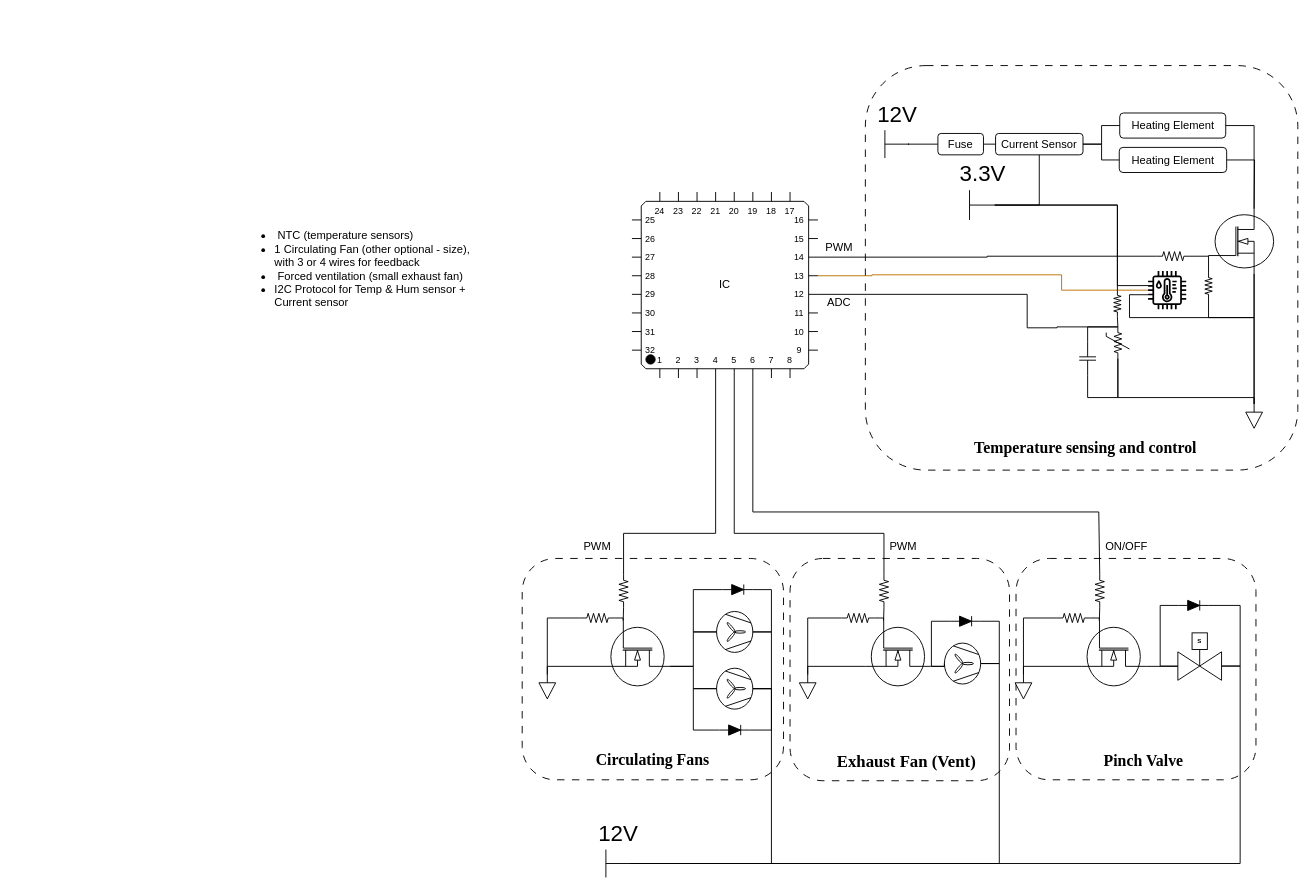
Before: docs/Temp & humidity control.drawio in musyani-io/solar-powered-incubator, a draw.io diagram. Source tidied: cells renumbered, new cells numbered last; positions are measured from the earlier drawing's top-left corner, leaving out a move shared by most shapes. Both pictures are drawn from the tidied source at 93%, with x=0, y=0 at pixel (235, 65).
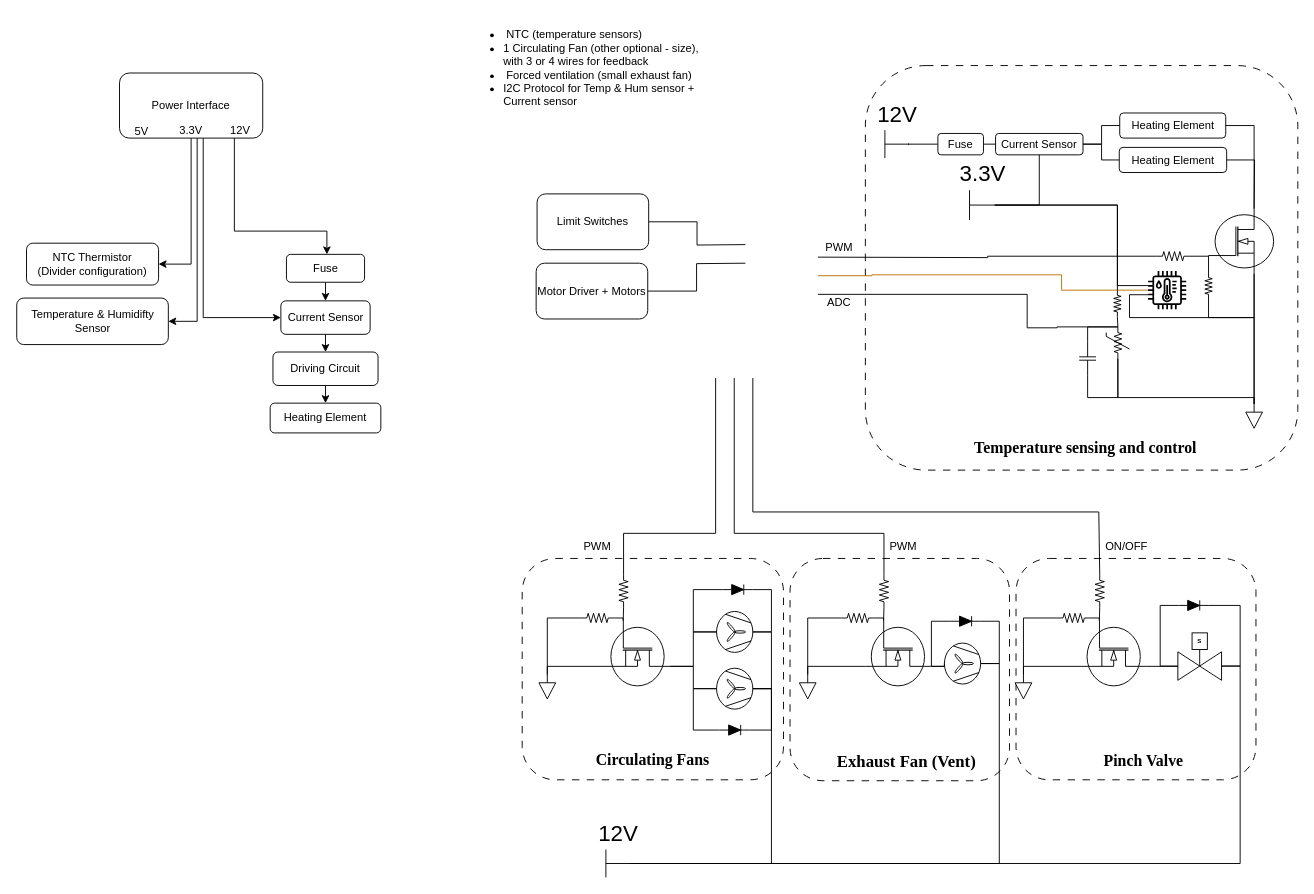
After the change.

Commit message (it also covers changes not shown here):
fix: started replacing detailed with block diagram

Unchanged cells that the change refers to:
```xml
<mxCell id="8" style="verticalLabelPosition=bottom;shadow=0;dashed=0;align=center;html=1;verticalAlign=top;shape=mxgraph.electrical.resistors.resistor_2;strokeColor=light-dark(#000000,#FFFFFF);" parent="1" vertex="1">
  <mxGeometry x="990" y="200" width="36" height="10" as="geometry" />
</mxCell>
<mxCell id="17" style="sketch=0;outlineConnect=0;fontColor=#FFFFFF;gradientColor=none;fillColor=#000000;strokeColor=light-dark(#000000,#FFFFFF);dashed=0;verticalLabelPosition=bottom;verticalAlign=top;align=center;html=1;fontSize=12;fontStyle=0;shape=mxgraph.aws4.iot_thing_temperature_humidity_sensor;points=[[0,0.38,0,0,0],[0,0.5,0,0,0],[0,0.62,0,0,0]];" parent="1" vertex="1">
  <mxGeometry x="981" y="221" width="41" height="41" as="geometry" />
</mxCell>
<mxCell id="20" style="verticalLabelPosition=bottom;shadow=0;dashed=0;align=center;html=1;verticalAlign=top;shape=mxgraph.electrical.resistors.nonlinear_resistor;direction=south;strokeColor=light-dark(#000000,#FFFFFF);" parent="1" vertex="1">
  <mxGeometry x="936" y="281" width="25" height="34" as="geometry" />
</mxCell>
<mxCell id="45" style="verticalLabelPosition=bottom;shadow=0;dashed=0;align=center;html=1;verticalAlign=top;shape=mxgraph.electrical.resistors.resistor_2;strokeColor=light-dark(#000000,#FFFFFF);direction=south;" parent="1" vertex="1">
  <mxGeometry x="412" y="547" width="10" height="36" as="geometry" />
</mxCell>
<mxCell id="57" style="verticalLabelPosition=bottom;shadow=0;dashed=0;align=center;html=1;verticalAlign=top;shape=mxgraph.electrical.resistors.resistor_2;strokeColor=light-dark(#000000,#FFFFFF);direction=south;" parent="1" vertex="1">
  <mxGeometry x="692" y="547" width="10" height="36" as="geometry" />
</mxCell>
<mxCell id="67" style="verticalLabelPosition=bottom;shadow=0;dashed=0;align=center;html=1;verticalAlign=top;shape=mxgraph.electrical.resistors.resistor_2;strokeColor=light-dark(#000000,#FFFFFF);direction=south;" parent="1" vertex="1">
  <mxGeometry x="924" y="547" width="10" height="36" as="geometry" />
</mxCell>
```

What changed in the source:
```diff
@@
-    <mxCell id="6" style="edgeStyle=orthogonalEdgeStyle;rounded=0;jettySize=auto;html=1;endArrow=none;endFill=0;entryX=0;entryY=0.5;entryDx=0;entryDy=0;entryPerimeter=0;strokeColor=light-dark(#000000,#FFFFFF);exitX=1;exitY=0;exitDx=0;exitDy=110;exitPerimeter=0;" parent="1" edge="1" source="7" target="20">
+    <mxCell id="6" style="edgeStyle=orthogonalEdgeStyle;rounded=0;jettySize=auto;html=1;endArrow=none;endFill=0;entryX=0;entryY=0.5;entryDx=0;entryDy=0;entryPerimeter=0;strokeColor=light-dark(#000000,#FFFFFF);exitX=1;exitY=0;exitDx=0;exitDy=110;exitPerimeter=0;" parent="1" edge="1" target="20">
       <mxGeometry relative="1" as="geometry">
+        <mxPoint x="626" y="246" as="sourcePoint" />
         <Array as="points">
           <mxPoint x="851" y="246" />
           <mxPoint x="851" y="282" />
           <mxPoint x="883" y="282" />
         </Array>
       </mxGeometry>
     </mxCell>
-    <mxCell id="7" value="IC" style="shadow=0;dashed=0;align=center;html=1;strokeWidth=1;shape=mxgraph.electrical.logic_gates.qfp_ic;whiteSpace=wrap;labelNames=a,b,c,d,e,f,g,h,i,j,k,l,m,n,o,p,q,r,s,t,u,v,w,x,y,z,a1,b1,c1,d1,e1,f1,g1,h1,i1,j1,k1,l1,m1,n1;strokeColor=light-dark(#000000,#FFFFFF);" parent="1" vertex="1">
-      <mxGeometry x="426" y="136" width="200" height="200" as="geometry" />
-    </mxCell>
@@
-    <mxCell id="13" style="edgeStyle=orthogonalEdgeStyle;rounded=0;jettySize=auto;html=1;entryX=0;entryY=0.5;entryDx=0;entryDy=0;entryPerimeter=0;endArrow=none;endFill=0;strokeColor=light-dark(#000000,#FFFFFF);exitX=1;exitY=0;exitDx=0;exitDy=70;exitPerimeter=0;" parent="1" edge="1" source="7" target="8">
-      <mxGeometry relative="1" as="geometry" />
+    <mxCell id="13" style="edgeStyle=orthogonalEdgeStyle;rounded=0;jettySize=auto;html=1;entryX=0;entryY=0.5;entryDx=0;entryDy=0;entryPerimeter=0;endArrow=none;endFill=0;strokeColor=light-dark(#000000,#FFFFFF);exitX=1;exitY=0;exitDx=0;exitDy=70;exitPerimeter=0;" parent="1" edge="1" target="8">
+      <mxGeometry relative="1" as="geometry">
+        <mxPoint x="626" y="206" as="sourcePoint" />
+      </mxGeometry>
     </mxCell>
@@
-    <mxCell id="18" style="edgeStyle=orthogonalEdgeStyle;rounded=0;jettySize=auto;html=1;entryX=0;entryY=0.5;entryDx=0;entryDy=0;entryPerimeter=0;endArrow=none;endFill=0;strokeColor=#BD7000;exitX=1;exitY=0;exitDx=0;exitDy=90;exitPerimeter=0;fontColor=light-dark(#000000,#FFFFFF);fillColor=#f0a30a;" parent="1" edge="1" source="7" target="17">
+    <mxCell id="18" style="edgeStyle=orthogonalEdgeStyle;rounded=0;jettySize=auto;html=1;entryX=0;entryY=0.5;entryDx=0;entryDy=0;entryPerimeter=0;endArrow=none;endFill=0;strokeColor=#BD7000;exitX=1;exitY=0;exitDx=0;exitDy=90;exitPerimeter=0;fontColor=light-dark(#000000,#FFFFFF);fillColor=#f0a30a;" parent="1" edge="1" target="17">
       <mxGeometry relative="1" as="geometry">
+        <mxPoint x="626" y="226" as="sourcePoint" />
         <Array as="points">
           <mxPoint x="684" y="226" />
           <mxPoint x="888" y="225" />
           <mxPoint x="888" y="241" />
         </Array>
       </mxGeometry>
     </mxCell>
@@
-    <mxCell id="49" style="edgeStyle=orthogonalEdgeStyle;rounded=0;jettySize=auto;html=1;exitX=0;exitY=0.5;exitDx=0;exitDy=0;exitPerimeter=0;entryX=0;entryY=1;entryDx=90;entryDy=0;entryPerimeter=0;endArrow=none;endFill=0;" parent="1" edge="1" source="45" target="7">
+    <mxCell id="49" style="edgeStyle=orthogonalEdgeStyle;rounded=0;jettySize=auto;html=1;exitX=0;exitY=0.5;exitDx=0;exitDy=0;exitPerimeter=0;entryX=0;entryY=1;entryDx=90;entryDy=0;entryPerimeter=0;endArrow=none;endFill=0;" parent="1" edge="1" source="45">
       <mxGeometry relative="1" as="geometry">
+        <mxPoint x="516" y="336" as="targetPoint" />
         <Array as="points">
           <mxPoint x="417" y="503" />
           <mxPoint x="516" y="503" />
         </Array>
       </mxGeometry>
     </mxCell>
@@
-    <mxCell id="65" style="edgeStyle=orthogonalEdgeStyle;rounded=0;jettySize=auto;html=1;exitX=0;exitY=1;exitDx=110;exitDy=0;exitPerimeter=0;entryX=0;entryY=0.5;entryDx=0;entryDy=0;entryPerimeter=0;endArrow=none;endFill=0;" parent="1" edge="1" source="7" target="57">
+    <mxCell id="65" style="edgeStyle=orthogonalEdgeStyle;rounded=0;jettySize=auto;html=1;exitX=0;exitY=1;exitDx=110;exitDy=0;exitPerimeter=0;entryX=0;entryY=0.5;entryDx=0;entryDy=0;entryPerimeter=0;endArrow=none;endFill=0;" parent="1" edge="1" target="57">
       <mxGeometry relative="1" as="geometry">
+        <mxPoint x="536" y="336" as="sourcePoint" />
         <Array as="points">
           <mxPoint x="536" y="503" />
           <mxPoint x="697" y="503" />
         </Array>
       </mxGeometry>
     </mxCell>
@@
-    <mxCell id="74" style="edgeStyle=orthogonalEdgeStyle;rounded=0;jettySize=auto;html=1;exitX=0;exitY=1;exitDx=130;exitDy=0;exitPerimeter=0;entryX=0;entryY=0.5;entryDx=0;entryDy=0;entryPerimeter=0;endArrow=none;endFill=0;" parent="1" edge="1" source="7" target="67">
+    <mxCell id="74" style="edgeStyle=orthogonalEdgeStyle;rounded=0;jettySize=auto;html=1;exitX=0;exitY=1;exitDx=130;exitDy=0;exitPerimeter=0;entryX=0;entryY=0.5;entryDx=0;entryDy=0;entryPerimeter=0;endArrow=none;endFill=0;" parent="1" edge="1" target="67">
       <mxGeometry relative="1" as="geometry">
+        <mxPoint x="556" y="336" as="sourcePoint" />
         <Array as="points">
           <mxPoint x="556" y="480" />
           <mxPoint x="928" y="480" />
         </Array>
       </mxGeometry>
     </mxCell>
@@
     <mxCell id="103" value="&lt;ul&gt;&lt;li&gt;&amp;nbsp;NTC (temperature sensors)&lt;/li&gt;&lt;li&gt;1 Circulating Fan (other optional - size), with 3 or 4 wires for feedback&lt;/li&gt;&lt;li&gt;&amp;nbsp;Forced ventilation (small exhaust fan)&lt;/li&gt;&lt;li&gt;I2C Protocol for Temp &amp;amp; Hum sensor + Current sensor&lt;/li&gt;&lt;/ul&gt;" style="text;html=1;whiteSpace=wrap;strokeColor=none;fillColor=none;align=left;verticalAlign=middle;rounded=0;labelPosition=center;verticalLabelPosition=middle;" parent="1" vertex="1">
-      <mxGeometry y="163" width="265" height="111" as="geometry" />
+      <mxGeometry x="246" y="-53" width="265" height="111" as="geometry" />
     </mxCell>
+    <mxCell id="104" value="Limit Switches" style="rounded=1;whiteSpace=wrap;html=1;" parent="1" vertex="1">
+      <mxGeometry x="324" y="138" width="120" height="60" as="geometry" />
+    </mxCell>
+    <mxCell id="105" style="edgeStyle=orthogonalEdgeStyle;rounded=0;jettySize=auto;html=1;exitX=1;exitY=0.5;exitDx=0;exitDy=0;entryX=0;entryY=0;entryDx=0;entryDy=130;entryPerimeter=0;endArrow=none;endFill=0;" parent="1" edge="1" source="104">
+      <mxGeometry relative="1" as="geometry">
+        <mxPoint x="548" y="192.5" as="targetPoint" />
+      </mxGeometry>
+    </mxCell>
+    <mxCell id="106" value="Motor Driver + Motors" style="rounded=1;whiteSpace=wrap;html=1;" parent="1" vertex="1">
+      <mxGeometry x="323" y="212.5" width="120" height="60" as="geometry" />
+    </mxCell>
+    <mxCell id="107" style="edgeStyle=orthogonalEdgeStyle;rounded=0;jettySize=auto;html=1;exitX=1;exitY=0.5;exitDx=0;exitDy=0;entryX=0;entryY=0;entryDx=0;entryDy=150;entryPerimeter=0;endArrow=none;endFill=0;" parent="1" edge="1" source="106">
+      <mxGeometry relative="1" as="geometry">
+        <mxPoint x="548" y="212.5" as="targetPoint" />
+      </mxGeometry>
+    </mxCell>
+    <mxCell id="108" value="Power Interface" style="rounded=1;whiteSpace=wrap;html=1;" parent="1" vertex="1">
+      <mxGeometry x="-125" y="8" width="154" height="70" as="geometry" />
+    </mxCell>
+    <mxCell id="109" style="edgeStyle=orthogonalEdgeStyle;rounded=0;jettySize=auto;html=1;exitX=0.5;exitY=1;exitDx=0;exitDy=0;entryX=0.5;entryY=0;entryDx=0;entryDy=0;" parent="1" edge="1" source="110" target="112">
+      <mxGeometry relative="1" as="geometry" />
+    </mxCell>
+    <mxCell id="110" value="Fuse" style="rounded=1;whiteSpace=wrap;html=1;" parent="1" vertex="1">
+      <mxGeometry x="54.5" y="203" width="84" height="30" as="geometry" />
+    </mxCell>
+    <mxCell id="111" style="edgeStyle=orthogonalEdgeStyle;rounded=0;jettySize=auto;html=1;exitX=0.5;exitY=1;exitDx=0;exitDy=0;entryX=0.5;entryY=0;entryDx=0;entryDy=0;" parent="1" edge="1" source="112" target="117">
+      <mxGeometry relative="1" as="geometry" />
+    </mxCell>
+    <mxCell id="112" value="Current Sensor" style="rounded=1;whiteSpace=wrap;html=1;" parent="1" vertex="1">
+      <mxGeometry x="48.5" y="253" width="96" height="36" as="geometry" />
+    </mxCell>
+    <mxCell id="113" value="Heating Element" style="rounded=1;whiteSpace=wrap;html=1;" parent="1" vertex="1">
+      <mxGeometry x="37" y="363" width="119" height="32" as="geometry" />
+    </mxCell>
+    <mxCell id="114" value="Temperature &amp;amp; Humidifty Sensor" style="rounded=1;whiteSpace=wrap;html=1;" parent="1" vertex="1">
+      <mxGeometry x="-235.5" y="250" width="163" height="50" as="geometry" />
+    </mxCell>
+    <mxCell id="115" value="NTC Thermistor&lt;div&gt;(Divider configuration)&lt;/div&gt;" style="rounded=1;whiteSpace=wrap;html=1;" parent="1" vertex="1">
+      <mxGeometry x="-225" y="191" width="142" height="45" as="geometry" />
+    </mxCell>
+    <mxCell id="116" style="edgeStyle=orthogonalEdgeStyle;rounded=0;jettySize=auto;html=1;exitX=0.5;exitY=1;exitDx=0;exitDy=0;entryX=0.5;entryY=0;entryDx=0;entryDy=0;" parent="1" edge="1" source="117" target="113">
+      <mxGeometry relative="1" as="geometry" />
+    </mxCell>
+    <mxCell id="117" value="Driving Circuit" style="rounded=1;whiteSpace=wrap;html=1;" parent="1" vertex="1">
+      <mxGeometry x="40" y="308" width="113" height="36" as="geometry" />
+    </mxCell>
+    <mxCell id="118" value="5V" style="text;html=1;whiteSpace=wrap;strokeColor=none;fillColor=none;align=center;verticalAlign=middle;rounded=0;" parent="1" vertex="1">
+      <mxGeometry x="-120" y="64.5" width="38" height="13" as="geometry" />
+    </mxCell>
+    <mxCell id="119" style="edgeStyle=orthogonalEdgeStyle;rounded=0;jettySize=auto;html=1;exitX=1;exitY=1;exitDx=0;exitDy=0;entryX=0;entryY=0.5;entryDx=0;entryDy=0;" parent="1" edge="1" source="122" target="112">
+      <mxGeometry relative="1" as="geometry" />
+    </mxCell>
+    <mxCell id="120" style="edgeStyle=orthogonalEdgeStyle;rounded=0;jettySize=auto;html=1;exitX=0.75;exitY=1;exitDx=0;exitDy=0;entryX=1;entryY=0.5;entryDx=0;entryDy=0;" parent="1" edge="1" source="122" target="114">
+      <mxGeometry relative="1" as="geometry" />
+    </mxCell>
+    <mxCell id="121" style="edgeStyle=orthogonalEdgeStyle;rounded=0;jettySize=auto;html=1;exitX=0.5;exitY=1;exitDx=0;exitDy=0;entryX=1;entryY=0.5;entryDx=0;entryDy=0;" parent="1" edge="1" source="122" target="115">
+      <mxGeometry relative="1" as="geometry" />
+    </mxCell>
+    <mxCell id="122" value="3.3V" style="text;html=1;whiteSpace=wrap;strokeColor=none;fillColor=none;align=center;verticalAlign=middle;rounded=0;" parent="1" vertex="1">
+      <mxGeometry x="-61" y="61" width="26" height="17" as="geometry" />
+    </mxCell>
+    <mxCell id="123" style="edgeStyle=orthogonalEdgeStyle;rounded=0;jettySize=auto;html=1;exitX=0.25;exitY=1;exitDx=0;exitDy=0;" parent="1" edge="1" source="124" target="110">
+      <mxGeometry relative="1" as="geometry">
+        <Array as="points">
+          <mxPoint x="-1" y="178" />
+          <mxPoint x="98" y="178" />
+        </Array>
+      </mxGeometry>
+    </mxCell>
+    <mxCell id="124" value="12V" style="text;html=1;whiteSpace=wrap;strokeColor=none;fillColor=none;align=center;verticalAlign=middle;rounded=0;" parent="1" vertex="1">
+      <mxGeometry x="-8" y="62" width="26" height="16" as="geometry" />
+    </mxCell>
```
